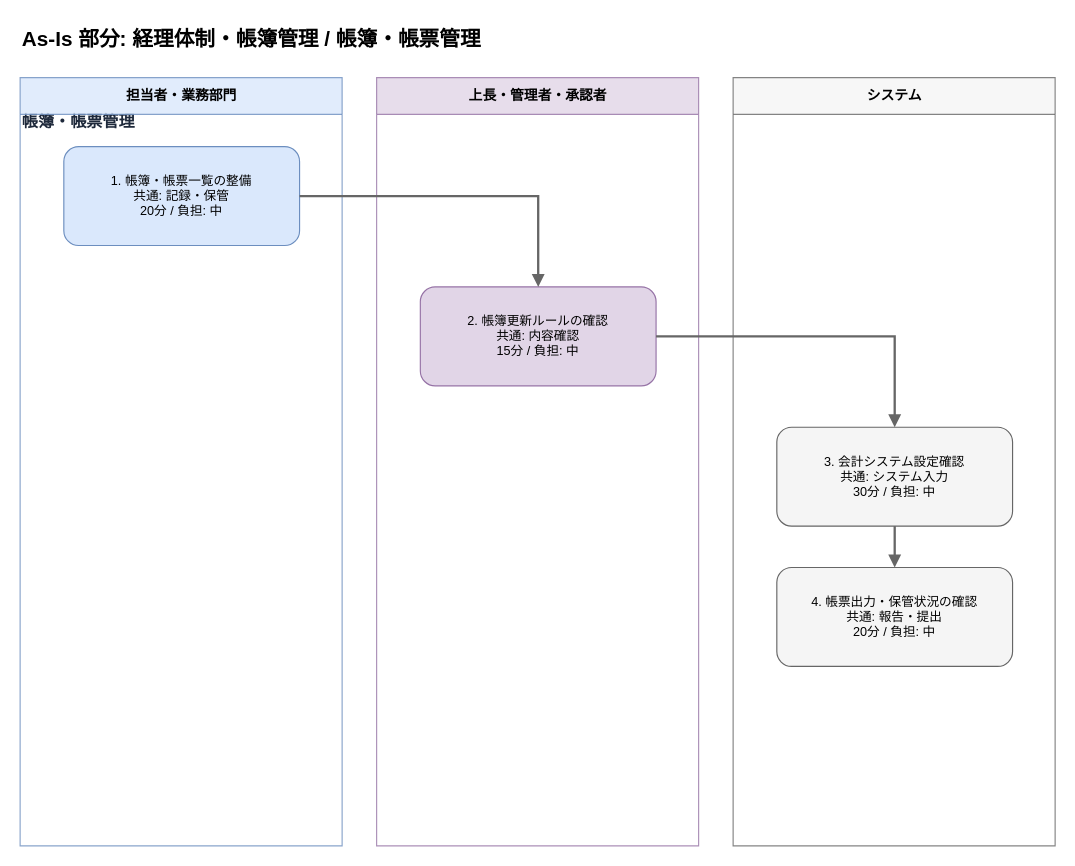
This is output/flows/asis_経理体制_帳簿管理__帳簿_帳票管理_20260608.drawio from Toshiki811/ai-business-analysis-heatmap, a draw.io file, before an edit. Source tidied: cells renumbered, new cells numbered last; positions are measured from the earlier drawing's top-left corner, leaving out a move shared by most shapes. Both pictures are drawn from the tidied source at 115%, with x=0, y=0 at pixel (20, 20).
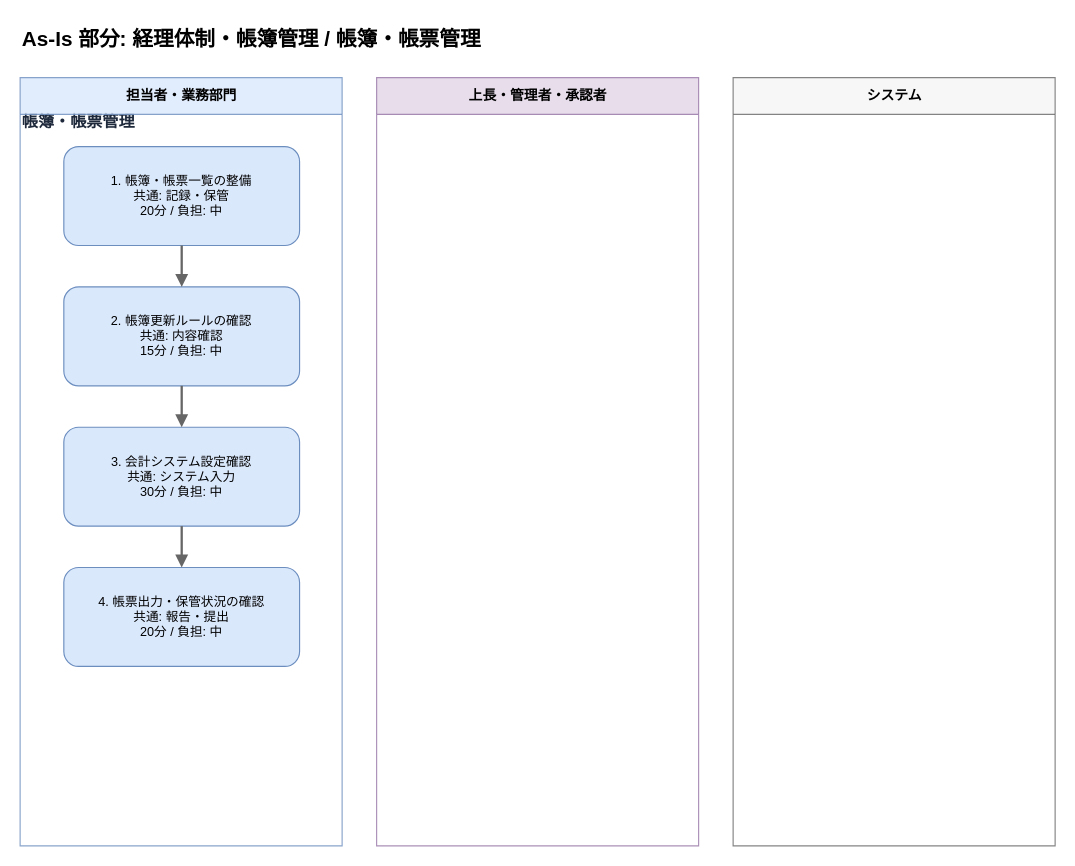
After the change.

Change to the diagram source:
```diff
@@
 <mxGraphModel>
   <root>
     <mxCell id="0" />
     <mxCell id="1" parent="0" />
     <mxCell id="2" value="帳簿・帳票管理" style="text;html=1;strokeColor=none;fillColor=none;align=left;verticalAlign=middle;whiteSpace=wrap;fontSize=14;fontStyle=1;fontColor=#1e293b;" parent="1" vertex="1">
       <mxGeometry y="76" width="860" height="24" as="geometry" />
     </mxCell>
     <mxCell id="3" value="As-Is 部分: 経理体制・帳簿管理 / 帳簿・帳票管理" style="text;html=1;strokeColor=none;fillColor=none;align=left;fontSize=18;fontStyle=1;" parent="1" vertex="1">
       <mxGeometry width="880" height="30" as="geometry" />
     </mxCell>
     <mxCell id="4" value="担当者・業務部門" style="swimlane;horizontal=1;startSize=32;html=1;fillColor=#dae8fc;strokeColor=#6c8ebf;fontSize=12;fontStyle=1;opacity=80;" parent="1" vertex="1">
       <mxGeometry y="50" width="280" height="668" as="geometry" />
     </mxCell>
     <mxCell id="5" value="上長・管理者・承認者" style="swimlane;horizontal=1;startSize=32;html=1;fillColor=#e1d5e7;strokeColor=#9673a6;fontSize=12;fontStyle=1;opacity=80;" parent="1" vertex="1">
       <mxGeometry x="310" y="50" width="280" height="668" as="geometry" />
     </mxCell>
     <mxCell id="6" value="システム" style="swimlane;horizontal=1;startSize=32;html=1;fillColor=#f5f5f5;strokeColor=#666666;fontSize=12;fontStyle=1;opacity=80;" parent="1" vertex="1">
       <mxGeometry x="620" y="50" width="280" height="668" as="geometry" />
     </mxCell>
     <mxCell id="7" value="1. 帳簿・帳票一覧の整備&#10;共通: 記録・保管&#10;20分 / 負担: 中" style="rounded=1;whiteSpace=wrap;html=1;fillColor=#dae8fc;strokeColor=#6c8ebf;strokeWidth=1;fontSize=11;fontColor=#000000;" parent="1" vertex="1">
       <mxGeometry x="38" y="110" width="205" height="86" as="geometry" />
     </mxCell>
-    <mxCell id="8" value="2. 帳簿更新ルールの確認&#10;共通: 内容確認&#10;15分 / 負担: 中" style="rounded=1;whiteSpace=wrap;html=1;fillColor=#e1d5e7;strokeColor=#9673a6;strokeWidth=1;fontSize=11;fontColor=#000000;" parent="1" vertex="1">
-      <mxGeometry x="348" y="232" width="205" height="86" as="geometry" />
+    <mxCell id="8" value="2. 帳簿更新ルールの確認&#10;共通: 内容確認&#10;15分 / 負担: 中" style="rounded=1;whiteSpace=wrap;html=1;fillColor=#dae8fc;strokeColor=#6c8ebf;strokeWidth=1;fontSize=11;fontColor=#000000;" parent="1" vertex="1">
+      <mxGeometry x="38" y="232" width="205" height="86" as="geometry" />
     </mxCell>
-    <mxCell id="9" value="3. 会計システム設定確認&#10;共通: システム入力&#10;30分 / 負担: 中" style="rounded=1;whiteSpace=wrap;html=1;fillColor=#f5f5f5;strokeColor=#666666;strokeWidth=1;fontSize=11;fontColor=#000000;" parent="1" vertex="1">
-      <mxGeometry x="658" y="354" width="205" height="86" as="geometry" />
+    <mxCell id="9" value="3. 会計システム設定確認&#10;共通: システム入力&#10;30分 / 負担: 中" style="rounded=1;whiteSpace=wrap;html=1;fillColor=#dae8fc;strokeColor=#6c8ebf;strokeWidth=1;fontSize=11;fontColor=#000000;" parent="1" vertex="1">
+      <mxGeometry x="38" y="354" width="205" height="86" as="geometry" />
     </mxCell>
-    <mxCell id="10" value="4. 帳票出力・保管状況の確認&#10;共通: 報告・提出&#10;20分 / 負担: 中" style="rounded=1;whiteSpace=wrap;html=1;fillColor=#f5f5f5;strokeColor=#666666;strokeWidth=1;fontSize=11;fontColor=#000000;" parent="1" vertex="1">
-      <mxGeometry x="658" y="476" width="205" height="86" as="geometry" />
+    <mxCell id="10" value="4. 帳票出力・保管状況の確認&#10;共通: 報告・提出&#10;20分 / 負担: 中" style="rounded=1;whiteSpace=wrap;html=1;fillColor=#dae8fc;strokeColor=#6c8ebf;strokeWidth=1;fontSize=11;fontColor=#000000;" parent="1" vertex="1">
+      <mxGeometry x="38" y="476" width="205" height="86" as="geometry" />
     </mxCell>
     <mxCell id="11" style="edgeStyle=orthogonalEdgeStyle;rounded=0;html=1;strokeColor=#666666;strokeWidth=2;endArrow=block;endFill=1;fontSize=11;fontColor=#1f2937;" parent="1" edge="1" source="7" target="8">
       <mxGeometry relative="1" as="geometry" />
     </mxCell>
     <mxCell id="12" style="edgeStyle=orthogonalEdgeStyle;rounded=0;html=1;strokeColor=#666666;strokeWidth=2;endArrow=block;endFill=1;fontSize=11;fontColor=#1f2937;" parent="1" edge="1" source="8" target="9">
       <mxGeometry relative="1" as="geometry" />
     </mxCell>
     <mxCell id="13" style="edgeStyle=orthogonalEdgeStyle;rounded=0;html=1;strokeColor=#666666;strokeWidth=2;endArrow=block;endFill=1;fontSize=11;fontColor=#1f2937;" parent="1" edge="1" source="9" target="10">
       <mxGeometry relative="1" as="geometry" />
     </mxCell>
   </root>
 </mxGraphModel>
```
